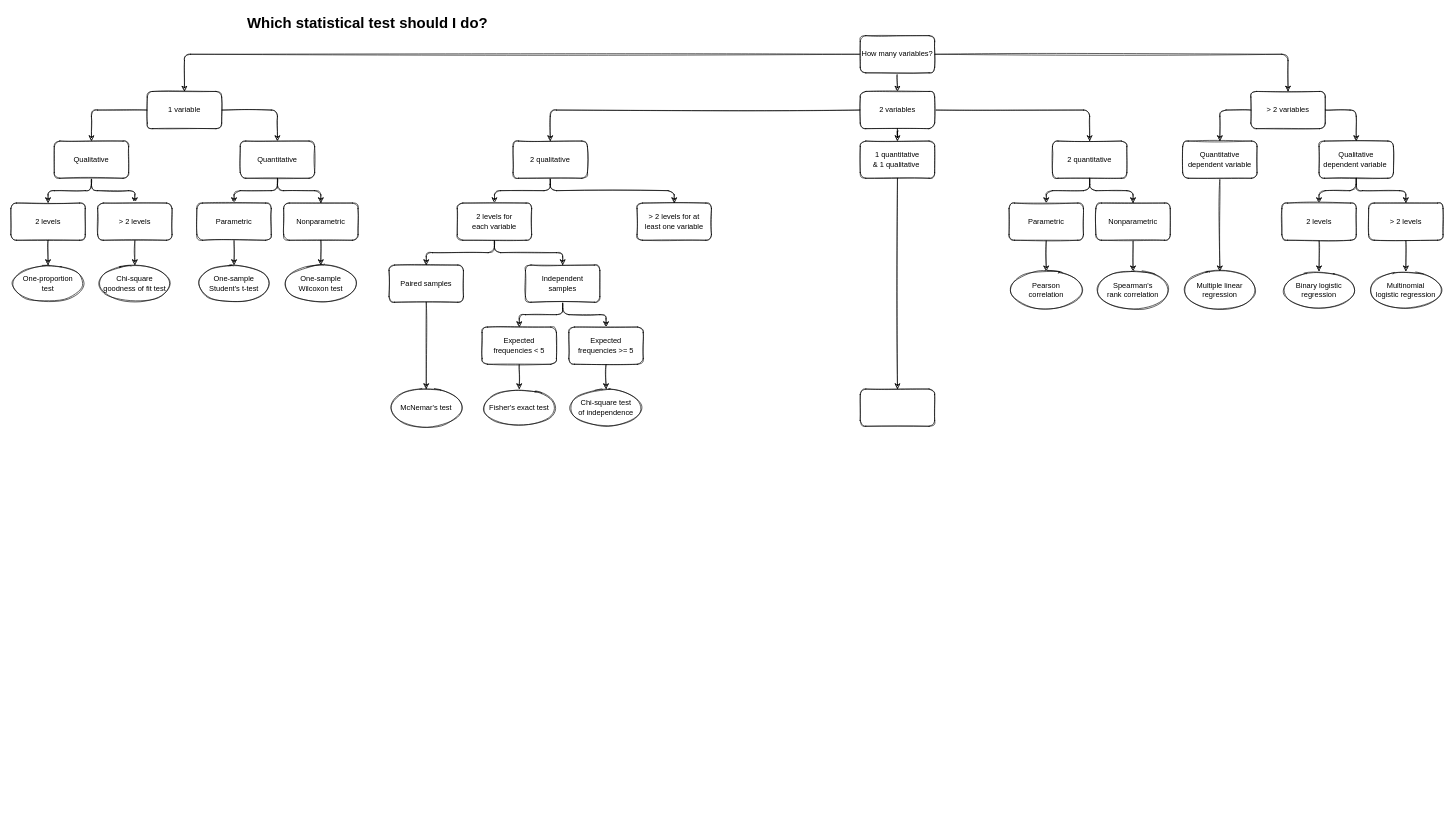
Above: static/blog/files/overview-of-statistical-tests.drawio in AntoineSoetewey/statsandr (draw.io), before the change. Source tidied: cells renumbered, new cells numbered last; positions are measured from the earlier drawing's top-left corner, leaving out a move shared by most shapes. Both pictures are drawn from the tidied source at 62%, with x=0, y=0 at pixel (11, 11).
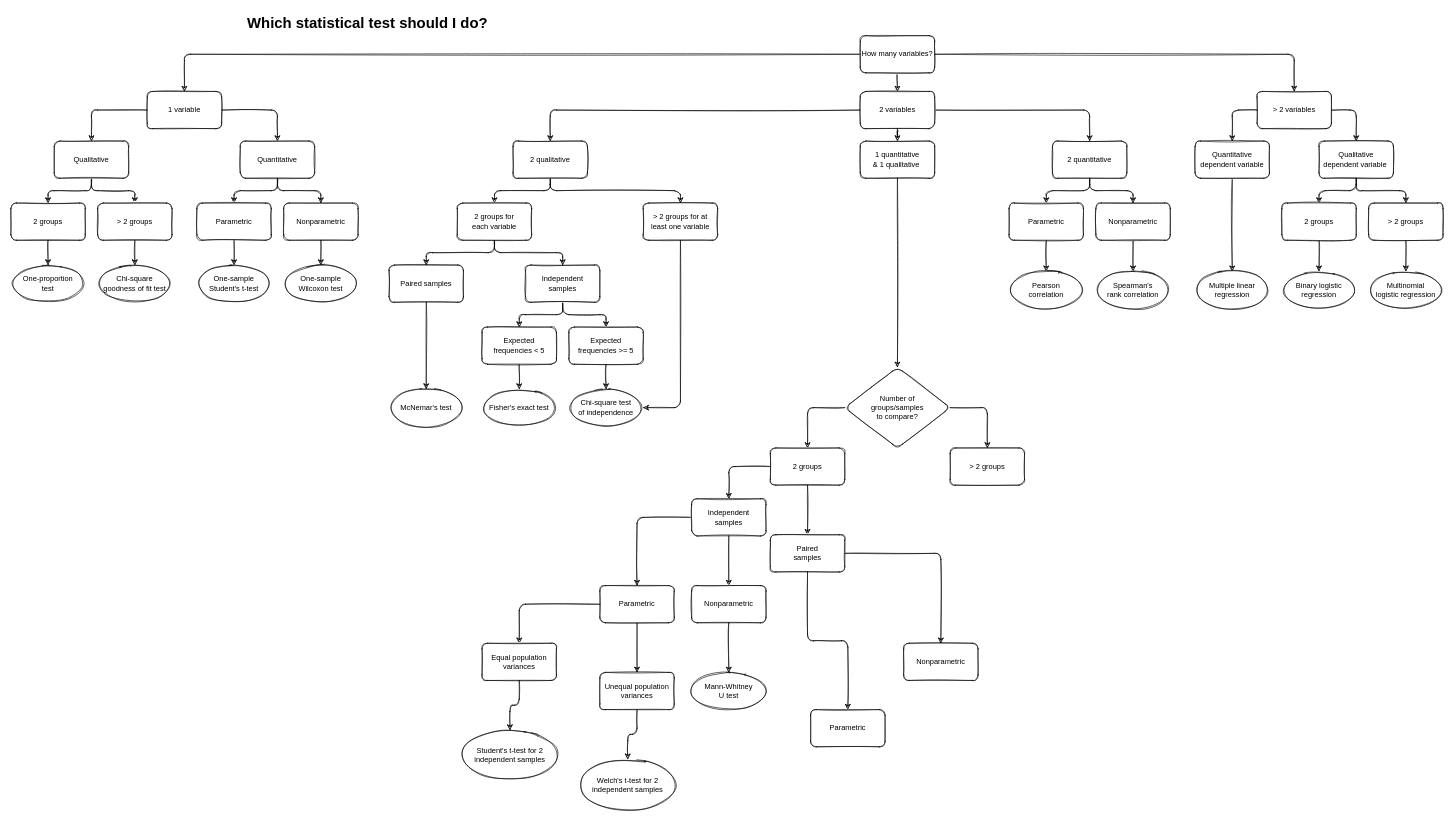
The same page after the edit.

The change refers to these unchanged cells:
```xml
<mxCell id="64" value="1 quantitative&lt;br&gt;&amp;amp; 1 qualitative&amp;nbsp;" style="whiteSpace=wrap;html=1;rounded=1;sketch=1;" parent="1" vertex="1">
  <mxGeometry x="1370" y="210" width="120" height="60" as="geometry" />
</mxCell>
<mxCell id="77" value="Chi-square test&lt;br&gt;of independence" style="ellipse;whiteSpace=wrap;html=1;rounded=1;sketch=1;" parent="1" vertex="1">
  <mxGeometry x="900" y="610" width="120" height="60" as="geometry" />
</mxCell>
```

The edit, as a diff of the source:
```diff
@@
     <mxCell id="16" value="&amp;gt; 2 variables" style="whiteSpace=wrap;html=1;rounded=1;sketch=1;" parent="1" vertex="1">
-      <mxGeometry x="2000" y="130" width="120" height="60" as="geometry" />
+      <mxGeometry x="2010" y="130" width="120" height="60" as="geometry" />
     </mxCell>
@@
-    <mxCell id="24" value="2 levels" style="whiteSpace=wrap;html=1;rounded=1;sketch=1;" parent="1" vertex="1">
+    <mxCell id="24" value="2 groups" style="whiteSpace=wrap;html=1;rounded=1;sketch=1;" parent="1" vertex="1">
       <mxGeometry y="310" width="120" height="60" as="geometry" />
     </mxCell>
@@
-    <mxCell id="26" value="&amp;gt; 2 levels" style="rounded=1;whiteSpace=wrap;html=1;sketch=1;" parent="1" vertex="1">
+    <mxCell id="26" value="&amp;gt; 2 groups" style="rounded=1;whiteSpace=wrap;html=1;sketch=1;" parent="1" vertex="1">
       <mxGeometry x="140" y="310" width="120" height="60" as="geometry" />
     </mxCell>
@@
     <mxCell id="36" value="Quantitative&lt;br&gt;dependent variable" style="whiteSpace=wrap;html=1;rounded=1;sketch=1;" parent="1" vertex="1">
-      <mxGeometry x="1890" y="210" width="120" height="60" as="geometry" />
+      <mxGeometry x="1910" y="210" width="120" height="60" as="geometry" />
     </mxCell>
@@
     <mxCell id="40" value="Multiple linear regression" style="ellipse;whiteSpace=wrap;html=1;rounded=1;sketch=1;" parent="1" vertex="1">
-      <mxGeometry x="1890" y="420" width="120" height="60" as="geometry" />
+      <mxGeometry x="1910" y="420" width="120" height="60" as="geometry" />
     </mxCell>
@@
-    <mxCell id="43" value="2 levels" style="whiteSpace=wrap;html=1;rounded=1;sketch=1;" parent="1" vertex="1">
+    <mxCell id="43" value="2 groups" style="whiteSpace=wrap;html=1;rounded=1;sketch=1;" parent="1" vertex="1">
       <mxGeometry x="2050" y="310" width="120" height="60" as="geometry" />
     </mxCell>
@@
-    <mxCell id="46" value="&amp;gt; 2 levels" style="whiteSpace=wrap;html=1;rounded=1;sketch=1;" parent="1" vertex="1">
+    <mxCell id="46" value="&amp;gt; 2 groups" style="whiteSpace=wrap;html=1;rounded=1;sketch=1;" parent="1" vertex="1">
       <mxGeometry x="2190" y="310" width="120" height="60" as="geometry" />
     </mxCell>
@@
-    <mxCell id="61" value="2 levels for&lt;br&gt;each variable" style="whiteSpace=wrap;html=1;rounded=1;sketch=1;" parent="1" vertex="1">
+    <mxCell id="61" value="2 groups for&lt;br&gt;each variable" style="whiteSpace=wrap;html=1;rounded=1;sketch=1;" parent="1" vertex="1">
       <mxGeometry x="720" y="310" width="120" height="60" as="geometry" />
     </mxCell>
+    <mxCell id="78" style="edgeStyle=orthogonalEdgeStyle;rounded=1;sketch=1;jettySize=auto;html=1;exitX=0.5;exitY=1;exitDx=0;exitDy=0;entryX=1;entryY=0.5;entryDx=0;entryDy=0;" parent="1" edge="1" source="62" target="77">
+      <mxGeometry relative="1" as="geometry" />
+    </mxCell>
-    <mxCell id="62" value="&amp;gt; 2 levels for at&lt;br&gt;least one variable" style="whiteSpace=wrap;html=1;rounded=1;sketch=1;" parent="1" vertex="1">
-      <mxGeometry x="1010" y="310" width="120" height="60" as="geometry" />
+    <mxCell id="62" value="&amp;gt; 2 groups for at&lt;br&gt;least one variable" style="whiteSpace=wrap;html=1;rounded=1;sketch=1;" parent="1" vertex="1">
+      <mxGeometry x="1020" y="310" width="120" height="60" as="geometry" />
     </mxCell>
-    <mxCell id="63" style="edgeStyle=orthogonalEdgeStyle;rounded=1;sketch=1;jettySize=auto;html=1;exitX=0.5;exitY=1;exitDx=0;exitDy=0;entryX=0.5;entryY=0;entryDx=0;entryDy=0;" parent="1" edge="1" source="64" target="65">
-      <mxGeometry relative="1" as="geometry" />
-    </mxCell>
+    <mxCell id="79" style="edgeStyle=orthogonalEdgeStyle;rounded=1;sketch=1;jettySize=auto;html=1;" parent="1" edge="1" source="64" target="82">
+      <mxGeometry relative="1" as="geometry" />
+    </mxCell>
@@
-    <mxCell id="65" style="whiteSpace=wrap;html=1;rounded=1;sketch=1;" parent="1" vertex="1">
-      <mxGeometry x="1370" y="610" width="120" height="60" as="geometry" />
-    </mxCell>
@@
+    <mxCell id="80" style="edgeStyle=orthogonalEdgeStyle;rounded=1;sketch=1;jettySize=auto;html=1;exitX=0;exitY=0.5;exitDx=0;exitDy=0;entryX=0.5;entryY=0;entryDx=0;entryDy=0;" parent="1" edge="1" source="82" target="85">
+      <mxGeometry relative="1" as="geometry" />
+    </mxCell>
+    <mxCell id="81" style="edgeStyle=orthogonalEdgeStyle;rounded=1;sketch=1;jettySize=auto;html=1;exitX=1;exitY=0.5;exitDx=0;exitDy=0;entryX=0.5;entryY=0;entryDx=0;entryDy=0;" parent="1" edge="1" source="82" target="86">
+      <mxGeometry relative="1" as="geometry" />
+    </mxCell>
+    <mxCell id="82" value="Number of&lt;br&gt;groups/samples&lt;br&gt;to compare?" style="rhombus;whiteSpace=wrap;html=1;rounded=1;sketch=1;" parent="1" vertex="1">
+      <mxGeometry x="1345" y="575" width="170" height="130" as="geometry" />
+    </mxCell>
+    <mxCell id="83" style="edgeStyle=orthogonalEdgeStyle;rounded=1;sketch=1;jettySize=auto;html=1;" parent="1" edge="1" source="85" target="89">
+      <mxGeometry relative="1" as="geometry" />
+    </mxCell>
+    <mxCell id="84" style="edgeStyle=orthogonalEdgeStyle;rounded=1;sketch=1;jettySize=auto;html=1;" parent="1" edge="1" source="85" target="97">
+      <mxGeometry relative="1" as="geometry" />
+    </mxCell>
+    <mxCell id="85" value="2 groups" style="whiteSpace=wrap;html=1;rounded=1;sketch=1;" parent="1" vertex="1">
+      <mxGeometry x="1225" y="705" width="120" height="60" as="geometry" />
+    </mxCell>
+    <mxCell id="86" value="&amp;gt; 2 groups" style="whiteSpace=wrap;html=1;rounded=1;sketch=1;" parent="1" vertex="1">
+      <mxGeometry x="1515" y="705" width="120" height="60" as="geometry" />
+    </mxCell>
+    <mxCell id="87" style="edgeStyle=orthogonalEdgeStyle;rounded=1;sketch=1;jettySize=auto;html=1;" parent="1" edge="1" source="89" target="92">
+      <mxGeometry relative="1" as="geometry" />
+    </mxCell>
+    <mxCell id="88" style="edgeStyle=orthogonalEdgeStyle;rounded=1;sketch=1;jettySize=auto;html=1;" parent="1" edge="1" source="89" target="94">
+      <mxGeometry relative="1" as="geometry" />
+    </mxCell>
+    <mxCell id="89" value="Independent&lt;br&gt;samples" style="whiteSpace=wrap;html=1;rounded=1;sketch=1;" parent="1" vertex="1">
+      <mxGeometry x="1098" y="787" width="120" height="60" as="geometry" />
+    </mxCell>
+    <mxCell id="90" style="edgeStyle=orthogonalEdgeStyle;rounded=1;sketch=1;jettySize=auto;html=1;" parent="1" edge="1" source="92" target="101">
+      <mxGeometry relative="1" as="geometry" />
+    </mxCell>
+    <mxCell id="91" style="edgeStyle=orthogonalEdgeStyle;rounded=1;sketch=1;jettySize=auto;html=1;" parent="1" edge="1" source="92" target="103">
+      <mxGeometry relative="1" as="geometry" />
+    </mxCell>
+    <mxCell id="92" value="Parametric" style="whiteSpace=wrap;html=1;rounded=1;sketch=1;" parent="1" vertex="1">
+      <mxGeometry x="950" y="927" width="120" height="60" as="geometry" />
+    </mxCell>
+    <mxCell id="93" style="edgeStyle=orthogonalEdgeStyle;rounded=1;sketch=1;jettySize=auto;html=1;" parent="1" edge="1" source="94" target="106">
+      <mxGeometry relative="1" as="geometry" />
+    </mxCell>
+    <mxCell id="94" value="Nonparametric" style="whiteSpace=wrap;html=1;rounded=1;sketch=1;" parent="1" vertex="1">
+      <mxGeometry x="1098" y="927" width="120" height="60" as="geometry" />
+    </mxCell>
+    <mxCell id="95" style="edgeStyle=orthogonalEdgeStyle;rounded=1;sketch=1;jettySize=auto;html=1;" parent="1" edge="1" source="97" target="98">
+      <mxGeometry relative="1" as="geometry" />
+    </mxCell>
+    <mxCell id="96" style="edgeStyle=orthogonalEdgeStyle;rounded=1;sketch=1;jettySize=auto;html=1;" parent="1" edge="1" source="97" target="99">
+      <mxGeometry relative="1" as="geometry" />
+    </mxCell>
+    <mxCell id="97" value="Paired&lt;br&gt;samples" style="whiteSpace=wrap;html=1;rounded=1;sketch=1;" parent="1" vertex="1">
+      <mxGeometry x="1225" y="845" width="120" height="60" as="geometry" />
+    </mxCell>
+    <mxCell id="98" value="Parametric" style="whiteSpace=wrap;html=1;rounded=1;sketch=1;" parent="1" vertex="1">
+      <mxGeometry x="1290" y="1127" width="120" height="60" as="geometry" />
+    </mxCell>
+    <mxCell id="99" value="Nonparametric" style="whiteSpace=wrap;html=1;rounded=1;sketch=1;" parent="1" vertex="1">
+      <mxGeometry x="1440" y="1020" width="120" height="60" as="geometry" />
+    </mxCell>
+    <mxCell id="100" style="edgeStyle=orthogonalEdgeStyle;rounded=1;sketch=1;jettySize=auto;html=1;" parent="1" edge="1" source="101" target="104">
+      <mxGeometry relative="1" as="geometry" />
+    </mxCell>
+    <mxCell id="101" value="Equal population variances" style="whiteSpace=wrap;html=1;rounded=1;sketch=1;" parent="1" vertex="1">
+      <mxGeometry x="760" y="1020" width="120" height="60" as="geometry" />
+    </mxCell>
+    <mxCell id="102" style="edgeStyle=orthogonalEdgeStyle;rounded=1;sketch=1;jettySize=auto;html=1;" parent="1" edge="1" source="103" target="105">
+      <mxGeometry relative="1" as="geometry" />
+    </mxCell>
+    <mxCell id="103" value="Unequal population variances" style="whiteSpace=wrap;html=1;rounded=1;sketch=1;" parent="1" vertex="1">
+      <mxGeometry x="950" y="1067" width="120" height="60" as="geometry" />
+    </mxCell>
+    <mxCell id="104" value="Student's t-test for 2 independent samples" style="ellipse;whiteSpace=wrap;html=1;rounded=1;sketch=1;" parent="1" vertex="1">
+      <mxGeometry x="730" y="1160" width="150" height="80" as="geometry" />
+    </mxCell>
+    <mxCell id="105" value="Welch's t-test for 2 independent samples" style="ellipse;whiteSpace=wrap;html=1;rounded=1;sketch=1;" parent="1" vertex="1">
+      <mxGeometry x="920" y="1207" width="150" height="83" as="geometry" />
+    </mxCell>
+    <mxCell id="106" value="Mann-Whitney&lt;br&gt;U test" style="ellipse;whiteSpace=wrap;html=1;rounded=1;sketch=1;" parent="1" vertex="1">
+      <mxGeometry x="1098" y="1067" width="120" height="60" as="geometry" />
+    </mxCell>
```
